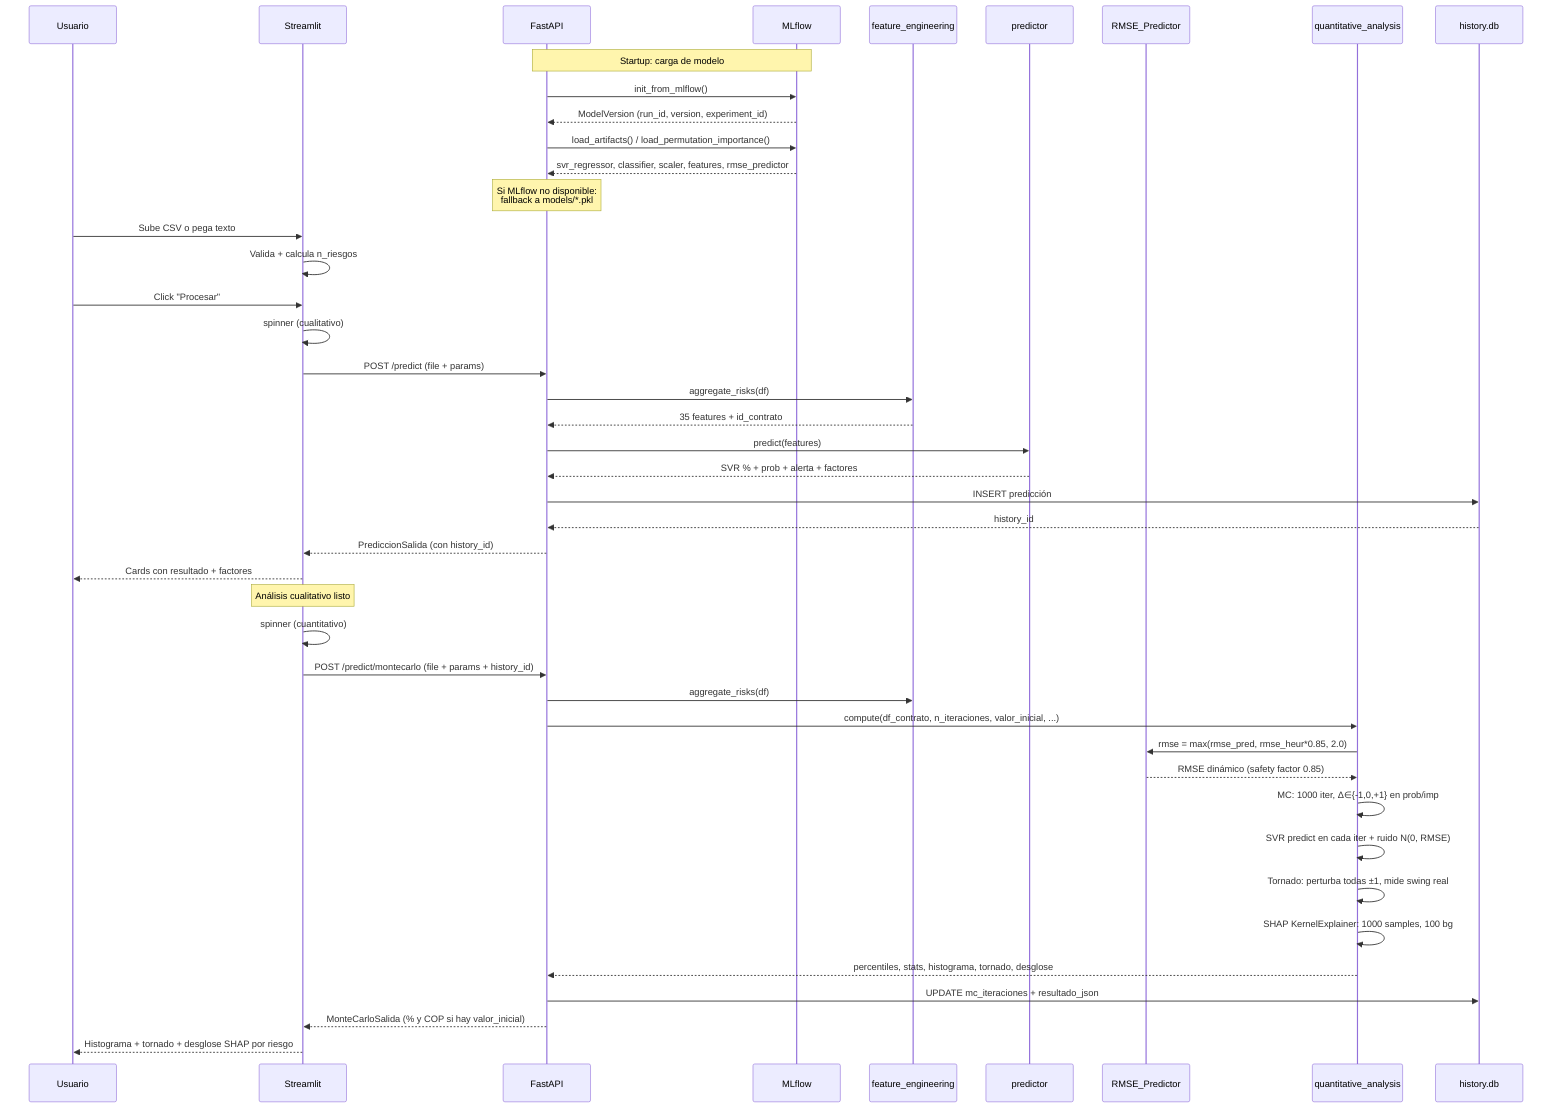
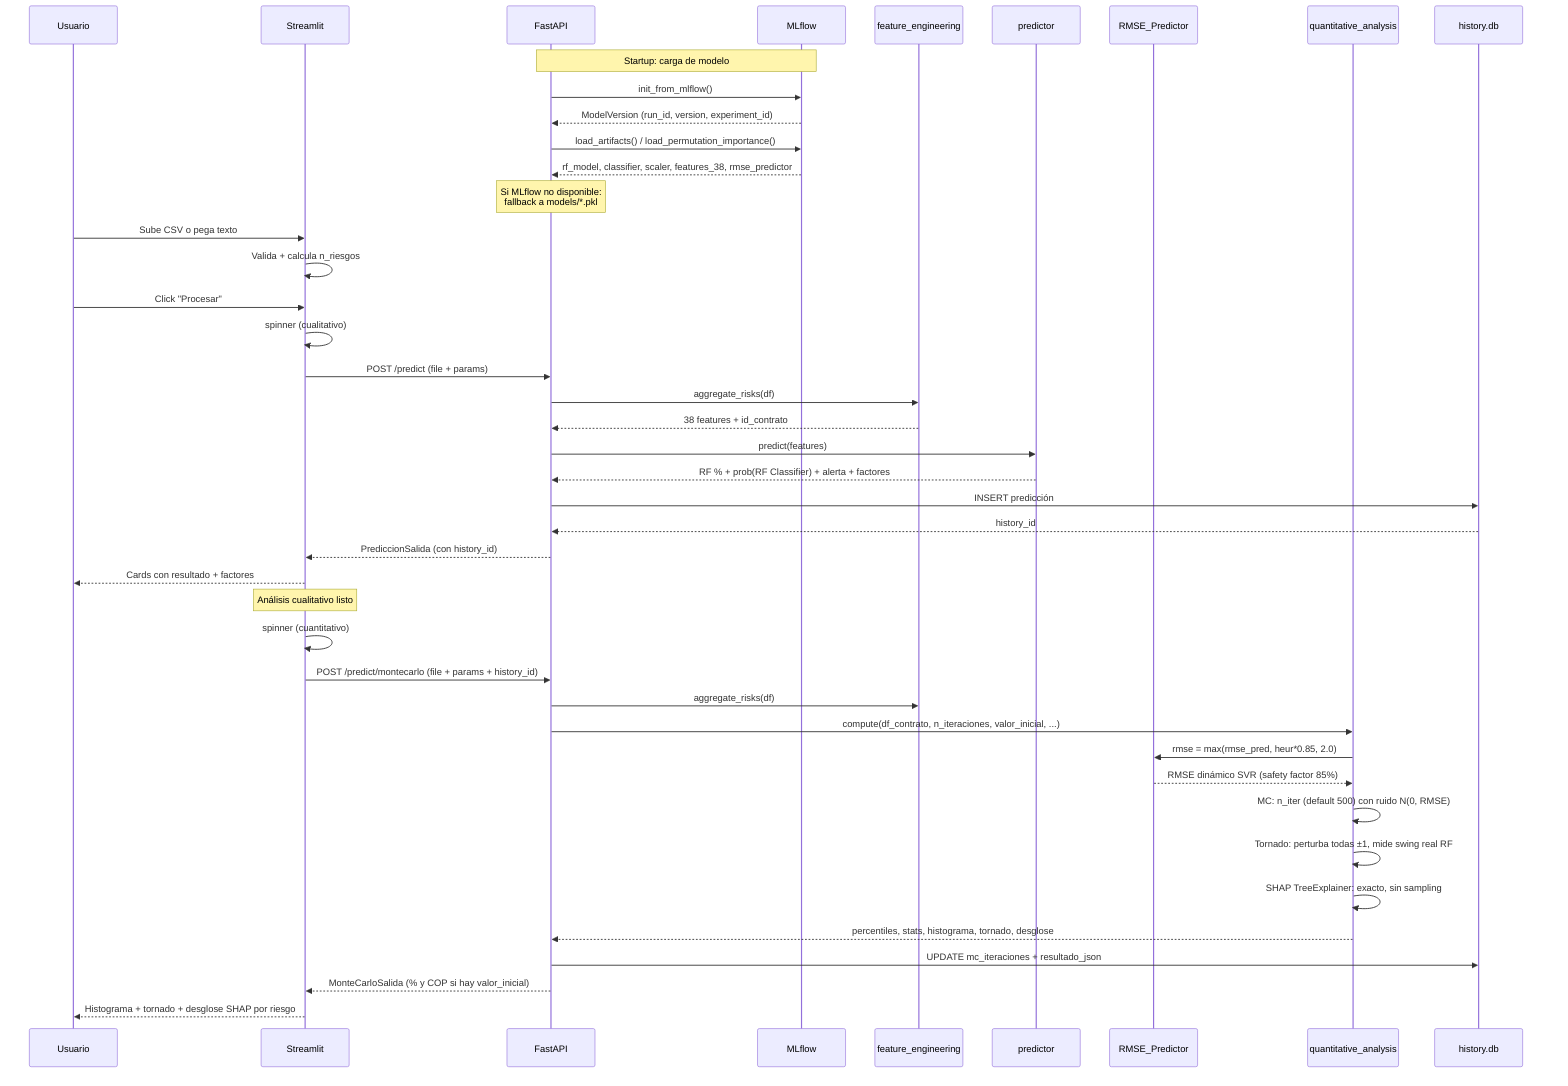
sequenceDiagram
    participant U as Usuario
    participant F as Streamlit
    participant B as FastAPI
    participant ML as MLflow
    participant FE as feature_engineering
    participant P as predictor
    participant RP as RMSE_Predictor
    participant QA as quantitative_analysis
    participant DB as history.db

    Note over B,ML: Startup: carga de modelo
    B->>ML: init_from_mlflow()
    ML-->>B: ModelVersion (run_id, version, experiment_id)
    B->>ML: load_artifacts() / load_permutation_importance()
-     ML-->>B: svr_regressor, classifier, scaler, features, rmse_predictor
+     ML-->>B: rf_model, classifier, scaler, features_38, rmse_predictor
    Note over B: Si MLflow no disponible:<br/>fallback a models/*.pkl

    U->>F: Sube CSV o pega texto
    F->>F: Valida + calcula n_riesgos
    U->>F: Click "Procesar"
    F->>F: spinner (cualitativo)
    F->>B: POST /predict (file + params)
    B->>FE: aggregate_risks(df)
-     FE-->>B: 35 features + id_contrato
+     FE-->>B: 38 features + id_contrato
    B->>P: predict(features)
-     P-->>B: SVR % + prob + alerta + factores
+     P-->>B: RF % + prob(RF Classifier) + alerta + factores
    B->>DB: INSERT predicción
    DB-->>B: history_id
    B-->>F: PrediccionSalida (con history_id)
    F-->>U: Cards con resultado + factores
    Note over F: Análisis cualitativo listo

    F->>F: spinner (cuantitativo)
    F->>B: POST /predict/montecarlo (file + params + history_id)
    B->>FE: aggregate_risks(df)
    B->>QA: compute(df_contrato, n_iteraciones, valor_inicial, ...)
-     QA->>RP: rmse = max(rmse_pred, rmse_heur*0.85, 2.0)
-     RP-->>QA: RMSE dinámico (safety factor 0.85)
-     QA->>QA: MC: 1000 iter, Δ∈{-1,0,+1} en prob/imp
-     QA->>QA: SVR predict en cada iter + ruido N(0, RMSE)
-     QA->>QA: Tornado: perturba todas ±1, mide swing real
-     QA->>QA: SHAP KernelExplainer: 1000 samples, 100 bg
+     QA->>RP: rmse = max(rmse_pred, heur*0.85, 2.0)
+     RP-->>QA: RMSE dinámico SVR (safety factor 85%)
+     QA->>QA: MC: n_iter (default 500) con ruido N(0, RMSE)
+     QA->>QA: Tornado: perturba todas ±1, mide swing real RF
+     QA->>QA: SHAP TreeExplainer: exacto, sin sampling
    QA-->>B: percentiles, stats, histograma, tornado, desglose
    B->>DB: UPDATE mc_iteraciones + resultado_json
    B-->>F: MonteCarloSalida (% y COP si hay valor_inicial)
    F-->>U: Histograma + tornado + desglose SHAP por riesgo
